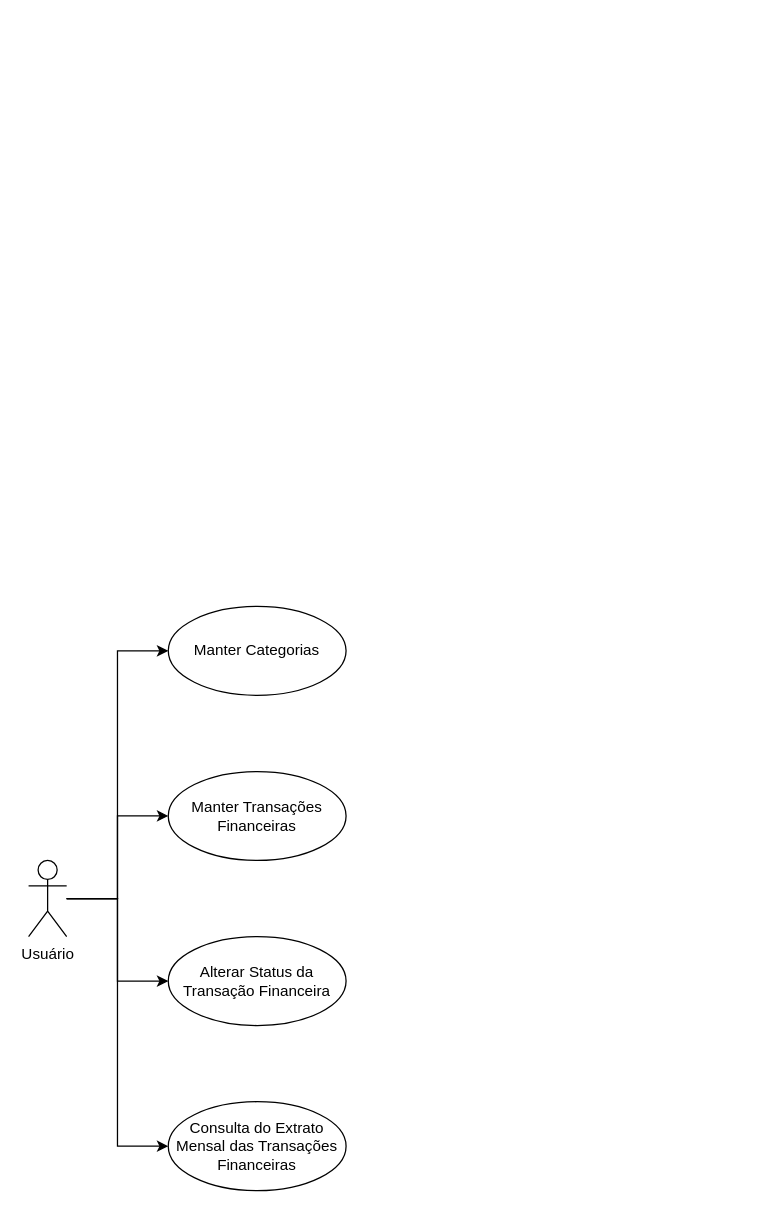
Danrley-Ruan-Saquetti/esliph-finance keeps this draw.io diagram as docs/use-case.diagram.drawio. Above is the earlier version. Source tidied: cells renumbered, new cells numbered last; positions are measured from the earlier drawing's top-left corner, leaving out a move shared by most shapes. Both pictures are drawn from the tidied source at 127%, with x=0, y=0 at pixel (28, 606).
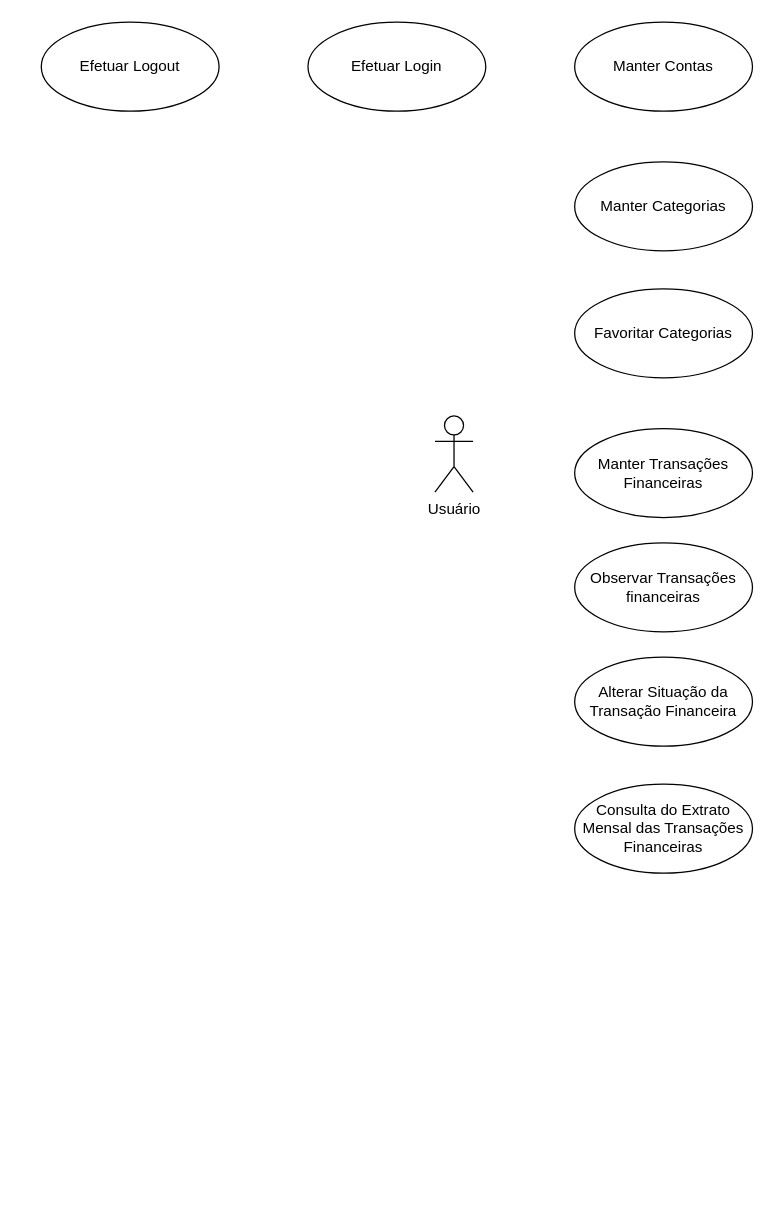
After the change.

The edit, as a diff of the source:
```diff
@@
 <mxGraphModel>
   <root>
     <mxCell id="0" />
     <mxCell id="1" parent="0" />
-    <mxCell id="2" style="edgeStyle=orthogonalEdgeStyle;rounded=0;jettySize=auto;html=1;entryX=0;entryY=0.5;entryDx=0;entryDy=0;" parent="1" edge="1" source="6" target="7">
-      <mxGeometry relative="1" as="geometry" />
-    </mxCell>
-    <mxCell id="3" style="edgeStyle=orthogonalEdgeStyle;rounded=0;jettySize=auto;html=1;entryX=0;entryY=0.5;entryDx=0;entryDy=0;" parent="1" edge="1" source="6" target="8">
-      <mxGeometry relative="1" as="geometry" />
-    </mxCell>
-    <mxCell id="4" style="edgeStyle=orthogonalEdgeStyle;rounded=0;jettySize=auto;html=1;entryX=0;entryY=0.5;entryDx=0;entryDy=0;" parent="1" edge="1" source="6" target="9">
-      <mxGeometry relative="1" as="geometry" />
-    </mxCell>
-    <mxCell id="5" style="edgeStyle=orthogonalEdgeStyle;rounded=0;jettySize=auto;html=1;entryX=0;entryY=0.5;entryDx=0;entryDy=0;" parent="1" edge="1" source="6" target="10">
-      <mxGeometry relative="1" as="geometry" />
-    </mxCell>
     <mxCell id="6" value="Usuário" style="shape=umlActor;verticalLabelPosition=bottom;verticalAlign=top;html=1;outlineConnect=0;" parent="1" vertex="1">
-      <mxGeometry y="200" width="30" height="60" as="geometry" />
+      <mxGeometry x="320" y="-150" width="30" height="60" as="geometry" />
     </mxCell>
     <mxCell id="7" value="Manter Categorias" style="ellipse;whiteSpace=wrap;html=1;" parent="1" vertex="1">
-      <mxGeometry x="110" width="140" height="70" as="geometry" />
+      <mxGeometry x="430" y="-350" width="140" height="70" as="geometry" />
     </mxCell>
     <mxCell id="8" value="Manter Transações Financeiras" style="ellipse;whiteSpace=wrap;html=1;" parent="1" vertex="1">
-      <mxGeometry x="110" y="130" width="140" height="70" as="geometry" />
+      <mxGeometry x="430" y="-140" width="140" height="70" as="geometry" />
     </mxCell>
-    <mxCell id="9" value="Alterar Status da Transação Financeira" style="ellipse;whiteSpace=wrap;html=1;" parent="1" vertex="1">
-      <mxGeometry x="110" y="260" width="140" height="70" as="geometry" />
-    </mxCell>
+    <mxCell id="11" value="Manter Contas" style="ellipse;whiteSpace=wrap;html=1;" parent="1" vertex="1">
+      <mxGeometry x="430" y="-460" width="140" height="70" as="geometry" />
+    </mxCell>
+    <mxCell id="12" value="Efetuar Login" style="ellipse;whiteSpace=wrap;html=1;" parent="1" vertex="1">
+      <mxGeometry x="220" y="-460" width="140" height="70" as="geometry" />
+    </mxCell>
+    <mxCell id="13" value="Efetuar Logout" style="ellipse;whiteSpace=wrap;html=1;" parent="1" vertex="1">
+      <mxGeometry x="10" y="-460" width="140" height="70" as="geometry" />
+    </mxCell>
+    <mxCell id="14" value="Favoritar Categorias" style="ellipse;whiteSpace=wrap;html=1;" parent="1" vertex="1">
+      <mxGeometry x="430" y="-250" width="140" height="70" as="geometry" />
+    </mxCell>
+    <mxCell id="15" value="Alterar Situação da Transação Financeira" style="ellipse;whiteSpace=wrap;html=1;" parent="1" vertex="1">
+      <mxGeometry x="430" y="40" width="140" height="70" as="geometry" />
+    </mxCell>
     <mxCell id="10" value="Consulta do Extrato Mensal das Transações Financeiras" style="ellipse;whiteSpace=wrap;html=1;" parent="1" vertex="1">
-      <mxGeometry x="110" y="390" width="140" height="70" as="geometry" />
+      <mxGeometry x="430" y="140" width="140" height="70" as="geometry" />
     </mxCell>
+    <mxCell id="16" value="Observar Transações financeiras" style="ellipse;whiteSpace=wrap;html=1;" parent="1" vertex="1">
+      <mxGeometry x="430" y="-50" width="140" height="70" as="geometry" />
+    </mxCell>
   </root>
 </mxGraphModel>
```
